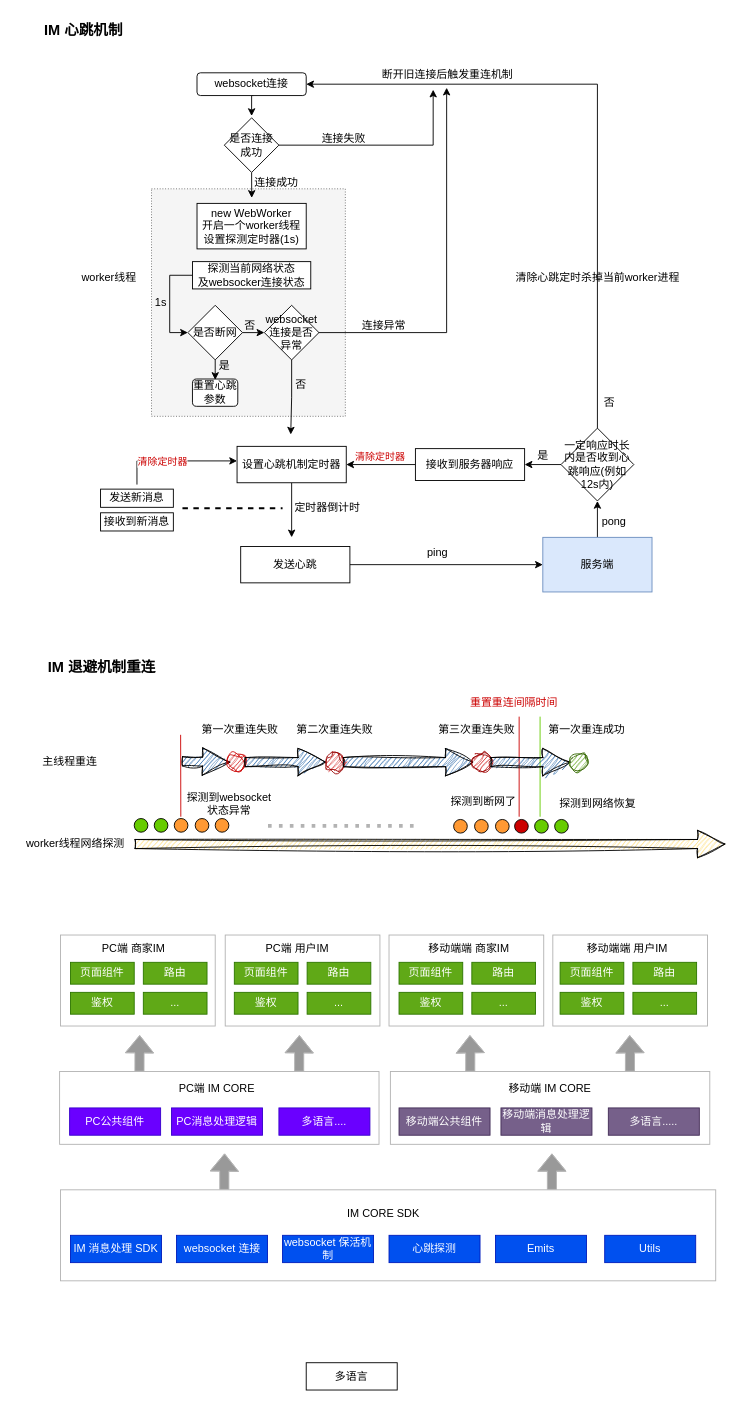
Earlier version of the draw.io diagram IM.drawio (simqifeng/somenote). Source tidied: cells renumbered, new cells numbered last; positions are measured from the earlier drawing's top-left corner, leaving out a move shared by most shapes. Both pictures are drawn from the tidied source at 91%, with x=0, y=0 at pixel (15, 15).
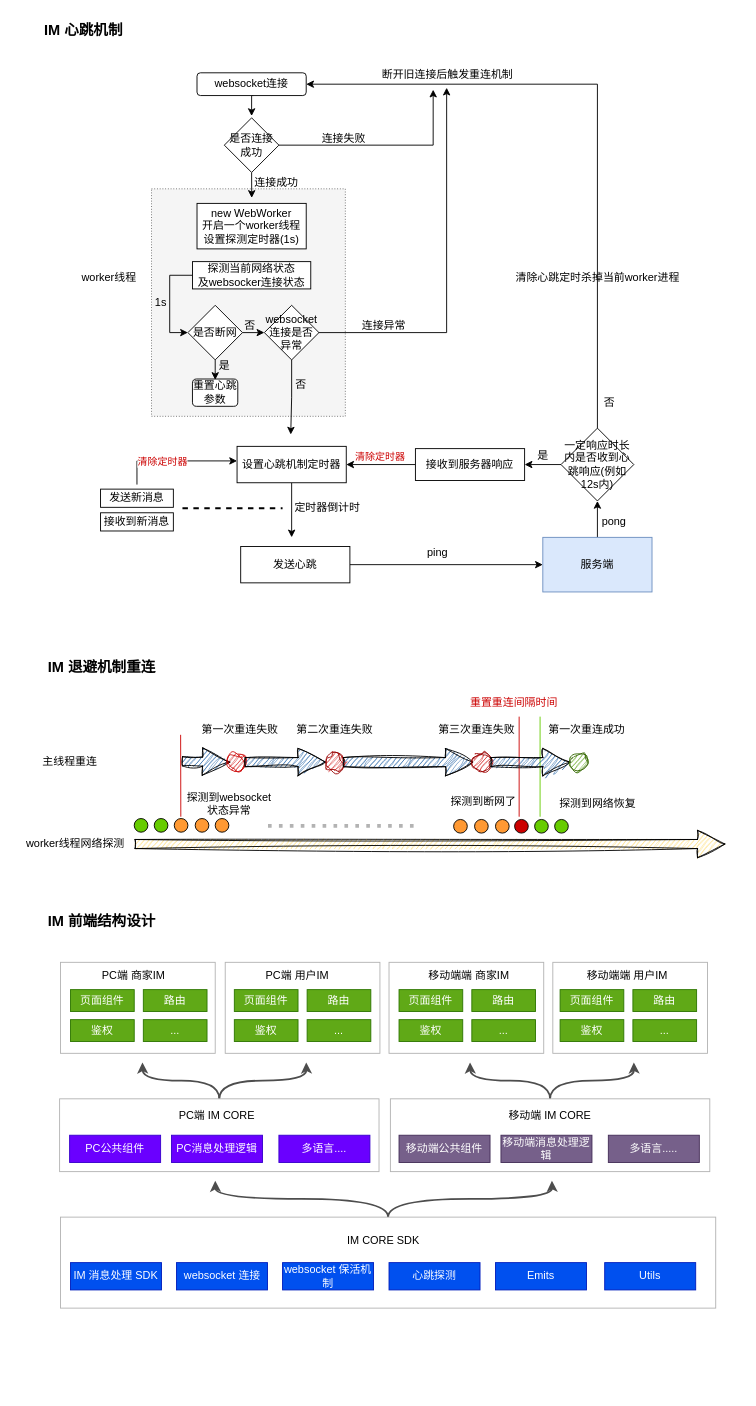
The same page after the edit.

Commit message:
更新IM前端结构设计.drawio

Diff of the diagram source:
```diff
@@
-    <mxCell id="2" style="edgeStyle=orthogonalEdgeStyle;rounded=0;jettySize=auto;html=1;exitX=0.25;exitY=0;exitDx=0;exitDy=0;shape=flexArrow;fillColor=#999999;strokeColor=#B3B3B3;width=10;" parent="1" edge="1" source="4">
-      <mxGeometry relative="1" as="geometry">
-        <mxPoint x="229.3" y="1250" as="targetPoint" />
-      </mxGeometry>
-    </mxCell>
-    <mxCell id="3" style="edgeStyle=orthogonalEdgeStyle;rounded=0;jettySize=auto;html=1;exitX=0.75;exitY=0;exitDx=0;exitDy=0;shape=flexArrow;fillColor=#999999;strokeColor=#B3B3B3;arcSize=20;fixDash=0;snapToPoint=0;" parent="1" edge="1" source="4">
-      <mxGeometry relative="1" as="geometry">
-        <mxPoint x="589" y="1250" as="targetPoint" />
-      </mxGeometry>
-    </mxCell>
+    <mxCell id="136" style="edgeStyle=orthogonalEdgeStyle;rounded=0;jettySize=auto;html=1;exitX=0.5;exitY=0;exitDx=0;exitDy=0;curved=1;strokeWidth=2;strokeColor=#4D4D4D;" parent="1" edge="1" source="4">
+      <mxGeometry relative="1" as="geometry">
+        <mxPoint x="219" y="1280" as="targetPoint" />
+      </mxGeometry>
+    </mxCell>
+    <mxCell id="137" style="edgeStyle=orthogonalEdgeStyle;rounded=0;jettySize=auto;html=1;exitX=0.5;exitY=0;exitDx=0;exitDy=0;curved=1;strokeWidth=2;strokeColor=#4D4D4D;" parent="1" edge="1" source="4">
+      <mxGeometry relative="1" as="geometry">
+        <mxPoint x="589" y="1280" as="targetPoint" />
+      </mxGeometry>
+    </mxCell>
     <mxCell id="4" style="rounded=0;whiteSpace=wrap;html=1;strokeColor=#B3B3B3;" parent="1" vertex="1">
-      <mxGeometry x="49" y="1290" width="720" height="100" as="geometry" />
+      <mxGeometry x="49" y="1320" width="720" height="100" as="geometry" />
     </mxCell>
-    <mxCell id="5" style="edgeStyle=orthogonalEdgeStyle;rounded=0;jettySize=auto;html=1;exitX=0.25;exitY=0;exitDx=0;exitDy=0;shape=flexArrow;fillColor=#999999;strokeColor=#B3B3B3;" parent="1" edge="1" source="7">
-      <mxGeometry relative="1" as="geometry">
-        <mxPoint x="498.9" y="1120" as="targetPoint" />
-      </mxGeometry>
-    </mxCell>
-    <mxCell id="6" style="edgeStyle=orthogonalEdgeStyle;rounded=0;jettySize=auto;html=1;exitX=0.75;exitY=0;exitDx=0;exitDy=0;shape=flexArrow;fillColor=#999999;strokeColor=#B3B3B3;" parent="1" edge="1" source="7">
-      <mxGeometry relative="1" as="geometry">
-        <mxPoint x="674.5" y="1120" as="targetPoint" />
-      </mxGeometry>
-    </mxCell>
+    <mxCell id="138" style="edgeStyle=orthogonalEdgeStyle;rounded=0;jettySize=auto;html=1;exitX=0.5;exitY=0;exitDx=0;exitDy=0;curved=1;strokeWidth=2;strokeColor=#4D4D4D;" parent="1" edge="1" source="7">
+      <mxGeometry relative="1" as="geometry">
+        <mxPoint x="499" y="1150" as="targetPoint" />
+      </mxGeometry>
+    </mxCell>
+    <mxCell id="139" style="edgeStyle=orthogonalEdgeStyle;rounded=0;jettySize=auto;html=1;exitX=0.5;exitY=0;exitDx=0;exitDy=0;curved=1;strokeWidth=2;strokeColor=#4D4D4D;" parent="1" edge="1" source="7">
+      <mxGeometry relative="1" as="geometry">
+        <mxPoint x="679" y="1150" as="targetPoint" />
+      </mxGeometry>
+    </mxCell>
     <mxCell id="7" style="rounded=0;whiteSpace=wrap;html=1;strokeColor=#B3B3B3;" parent="1" vertex="1">
-      <mxGeometry x="411.5" y="1160" width="351" height="80" as="geometry" />
+      <mxGeometry x="411.5" y="1190" width="351" height="80" as="geometry" />
     </mxCell>
-    <mxCell id="8" style="edgeStyle=orthogonalEdgeStyle;rounded=0;jettySize=auto;html=1;exitX=0.25;exitY=0;exitDx=0;exitDy=0;shape=flexArrow;fillColor=#999999;strokeColor=#B3B3B3;" parent="1" edge="1" source="10">
-      <mxGeometry relative="1" as="geometry">
-        <mxPoint x="136" y="1120" as="targetPoint" />
-      </mxGeometry>
-    </mxCell>
-    <mxCell id="9" style="edgeStyle=orthogonalEdgeStyle;rounded=0;jettySize=auto;html=1;exitX=0.75;exitY=0;exitDx=0;exitDy=0;shape=flexArrow;fillColor=#999999;strokeColor=#B3B3B3;" parent="1" edge="1" source="10">
-      <mxGeometry relative="1" as="geometry">
-        <mxPoint x="311.5" y="1120" as="targetPoint" />
-      </mxGeometry>
-    </mxCell>
+    <mxCell id="140" style="edgeStyle=orthogonalEdgeStyle;rounded=0;jettySize=auto;html=1;exitX=0.5;exitY=0;exitDx=0;exitDy=0;curved=1;strokeWidth=2;strokeColor=#4D4D4D;" parent="1" edge="1" source="10">
+      <mxGeometry relative="1" as="geometry">
+        <mxPoint x="139" y="1150" as="targetPoint" />
+      </mxGeometry>
+    </mxCell>
+    <mxCell id="141" style="edgeStyle=orthogonalEdgeStyle;rounded=0;jettySize=auto;html=1;exitX=0.5;exitY=0;exitDx=0;exitDy=0;curved=1;strokeWidth=2;strokeColor=#4D4D4D;" parent="1" edge="1" source="10">
+      <mxGeometry relative="1" as="geometry">
+        <mxPoint x="319" y="1150" as="targetPoint" />
+      </mxGeometry>
+    </mxCell>
     <mxCell id="10" style="rounded=0;whiteSpace=wrap;html=1;strokeColor=#B3B3B3;" parent="1" vertex="1">
-      <mxGeometry x="48" y="1160" width="351" height="80" as="geometry" />
+      <mxGeometry x="48" y="1190" width="351" height="80" as="geometry" />
     </mxCell>
     <mxCell id="11" style="rounded=0;whiteSpace=wrap;html=1;strokeColor=#B3B3B3;" parent="1" vertex="1">
-      <mxGeometry x="230" y="1010" width="170" height="100" as="geometry" />
+      <mxGeometry x="230" y="1040" width="170" height="100" as="geometry" />
     </mxCell>
     <mxCell id="12" style="rounded=0;whiteSpace=wrap;html=1;strokeColor=#B3B3B3;" parent="1" vertex="1">
-      <mxGeometry x="410" y="1010" width="170" height="100" as="geometry" />
+      <mxGeometry x="410" y="1040" width="170" height="100" as="geometry" />
     </mxCell>
     <mxCell id="13" style="rounded=0;whiteSpace=wrap;html=1;strokeColor=#B3B3B3;" parent="1" vertex="1">
-      <mxGeometry x="590" y="1010" width="170" height="100" as="geometry" />
+      <mxGeometry x="590" y="1040" width="170" height="100" as="geometry" />
     </mxCell>
     <mxCell id="14" style="rounded=0;whiteSpace=wrap;html=1;strokeColor=#B3B3B3;" parent="1" vertex="1">
-      <mxGeometry x="49" y="1010" width="170" height="100" as="geometry" />
+      <mxGeometry x="49" y="1040" width="170" height="100" as="geometry" />
     </mxCell>
@@
     <mxCell id="100" value="路由" style="rounded=0;whiteSpace=wrap;html=1;fillColor=#60a917;fontColor=#ffffff;strokeColor=#2D7600;" parent="1" vertex="1">
-      <mxGeometry x="140" y="1040" width="70" height="24" as="geometry" />
+      <mxGeometry x="140" y="1070" width="70" height="24" as="geometry" />
     </mxCell>
     <mxCell id="101" value="页面组件" style="rounded=0;whiteSpace=wrap;html=1;fillColor=#60a917;fontColor=#ffffff;strokeColor=#2D7600;" parent="1" vertex="1">
-      <mxGeometry x="60" y="1040" width="70" height="24" as="geometry" />
+      <mxGeometry x="60" y="1070" width="70" height="24" as="geometry" />
     </mxCell>
     <mxCell id="102" value="鉴权" style="rounded=0;whiteSpace=wrap;html=1;fillColor=#60a917;fontColor=#ffffff;strokeColor=#2D7600;" parent="1" vertex="1">
-      <mxGeometry x="60" y="1073" width="70" height="24" as="geometry" />
+      <mxGeometry x="60" y="1103" width="70" height="24" as="geometry" />
     </mxCell>
     <mxCell id="103" value="..." style="rounded=0;whiteSpace=wrap;html=1;fillColor=#60a917;fontColor=#ffffff;strokeColor=#2D7600;" parent="1" vertex="1">
-      <mxGeometry x="140" y="1073" width="70" height="24" as="geometry" />
+      <mxGeometry x="140" y="1103" width="70" height="24" as="geometry" />
     </mxCell>
     <mxCell id="104" value="路由" style="rounded=0;whiteSpace=wrap;html=1;fillColor=#60a917;fontColor=#ffffff;strokeColor=#2D7600;" parent="1" vertex="1">
-      <mxGeometry x="320" y="1040" width="70" height="24" as="geometry" />
+      <mxGeometry x="320" y="1070" width="70" height="24" as="geometry" />
     </mxCell>
     <mxCell id="105" value="页面组件" style="rounded=0;whiteSpace=wrap;html=1;fillColor=#60a917;fontColor=#ffffff;strokeColor=#2D7600;" parent="1" vertex="1">
-      <mxGeometry x="240" y="1040" width="70" height="24" as="geometry" />
+      <mxGeometry x="240" y="1070" width="70" height="24" as="geometry" />
     </mxCell>
     <mxCell id="106" value="鉴权" style="rounded=0;whiteSpace=wrap;html=1;fillColor=#60a917;fontColor=#ffffff;strokeColor=#2D7600;" parent="1" vertex="1">
-      <mxGeometry x="240" y="1073" width="70" height="24" as="geometry" />
+      <mxGeometry x="240" y="1103" width="70" height="24" as="geometry" />
     </mxCell>
     <mxCell id="107" value="..." style="rounded=0;whiteSpace=wrap;html=1;fillColor=#60a917;fontColor=#ffffff;strokeColor=#2D7600;" parent="1" vertex="1">
-      <mxGeometry x="320" y="1073" width="70" height="24" as="geometry" />
+      <mxGeometry x="320" y="1103" width="70" height="24" as="geometry" />
     </mxCell>
     <mxCell id="108" value="路由" style="rounded=0;whiteSpace=wrap;html=1;fillColor=#60a917;fontColor=#ffffff;strokeColor=#2D7600;" parent="1" vertex="1">
-      <mxGeometry x="501" y="1040" width="70" height="24" as="geometry" />
+      <mxGeometry x="501" y="1070" width="70" height="24" as="geometry" />
     </mxCell>
     <mxCell id="109" value="页面组件" style="rounded=0;whiteSpace=wrap;html=1;fillColor=#60a917;fontColor=#ffffff;strokeColor=#2D7600;" parent="1" vertex="1">
-      <mxGeometry x="421" y="1040" width="70" height="24" as="geometry" />
+      <mxGeometry x="421" y="1070" width="70" height="24" as="geometry" />
     </mxCell>
     <mxCell id="110" value="鉴权" style="rounded=0;whiteSpace=wrap;html=1;fillColor=#60a917;fontColor=#ffffff;strokeColor=#2D7600;" parent="1" vertex="1">
-      <mxGeometry x="421" y="1073" width="70" height="24" as="geometry" />
+      <mxGeometry x="421" y="1103" width="70" height="24" as="geometry" />
     </mxCell>
     <mxCell id="111" value="..." style="rounded=0;whiteSpace=wrap;html=1;fillColor=#60a917;fontColor=#ffffff;strokeColor=#2D7600;" parent="1" vertex="1">
-      <mxGeometry x="501" y="1073" width="70" height="24" as="geometry" />
+      <mxGeometry x="501" y="1103" width="70" height="24" as="geometry" />
     </mxCell>
     <mxCell id="112" value="路由" style="rounded=0;whiteSpace=wrap;html=1;fillColor=#60a917;fontColor=#ffffff;strokeColor=#2D7600;" parent="1" vertex="1">
-      <mxGeometry x="678" y="1040" width="70" height="24" as="geometry" />
+      <mxGeometry x="678" y="1070" width="70" height="24" as="geometry" />
     </mxCell>
     <mxCell id="113" value="页面组件" style="rounded=0;whiteSpace=wrap;html=1;fillColor=#60a917;fontColor=#ffffff;strokeColor=#2D7600;" parent="1" vertex="1">
-      <mxGeometry x="598" y="1040" width="70" height="24" as="geometry" />
+      <mxGeometry x="598" y="1070" width="70" height="24" as="geometry" />
     </mxCell>
     <mxCell id="114" value="鉴权" style="rounded=0;whiteSpace=wrap;html=1;fillColor=#60a917;fontColor=#ffffff;strokeColor=#2D7600;" parent="1" vertex="1">
-      <mxGeometry x="598" y="1073" width="70" height="24" as="geometry" />
+      <mxGeometry x="598" y="1103" width="70" height="24" as="geometry" />
     </mxCell>
     <mxCell id="115" value="..." style="rounded=0;whiteSpace=wrap;html=1;fillColor=#60a917;fontColor=#ffffff;strokeColor=#2D7600;" parent="1" vertex="1">
-      <mxGeometry x="678" y="1073" width="70" height="24" as="geometry" />
+      <mxGeometry x="678" y="1103" width="70" height="24" as="geometry" />
     </mxCell>
     <mxCell id="116" value="PC端&amp;nbsp;商家IM" style="text;html=1;strokeColor=none;fillColor=none;align=center;verticalAlign=middle;whiteSpace=wrap;rounded=0;" parent="1" vertex="1">
-      <mxGeometry x="90" y="1010" width="79" height="30" as="geometry" />
+      <mxGeometry x="90" y="1040" width="79" height="30" as="geometry" />
     </mxCell>
     <mxCell id="117" value="PC端 用户IM" style="text;html=1;strokeColor=none;fillColor=none;align=center;verticalAlign=middle;whiteSpace=wrap;rounded=0;" parent="1" vertex="1">
-      <mxGeometry x="269.5" y="1010" width="79" height="30" as="geometry" />
+      <mxGeometry x="269.5" y="1040" width="79" height="30" as="geometry" />
     </mxCell>
     <mxCell id="118" value="移动端端 商家IM" style="text;html=1;strokeColor=none;fillColor=none;align=center;verticalAlign=middle;whiteSpace=wrap;rounded=0;" parent="1" vertex="1">
-      <mxGeometry x="447" y="1010" width="102" height="30" as="geometry" />
+      <mxGeometry x="447" y="1040" width="102" height="30" as="geometry" />
     </mxCell>
     <mxCell id="119" value="移动端端 用户IM" style="text;html=1;strokeColor=none;fillColor=none;align=center;verticalAlign=middle;whiteSpace=wrap;rounded=0;" parent="1" vertex="1">
-      <mxGeometry x="621" y="1010" width="102" height="30" as="geometry" />
+      <mxGeometry x="621" y="1040" width="102" height="30" as="geometry" />
     </mxCell>
     <mxCell id="120" value="PC公共组件" style="rounded=0;whiteSpace=wrap;html=1;fillColor=#6a00ff;fontColor=#ffffff;strokeColor=#3700CC;" parent="1" vertex="1">
-      <mxGeometry x="59" y="1200" width="100" height="30" as="geometry" />
+      <mxGeometry x="59" y="1230" width="100" height="30" as="geometry" />
     </mxCell>
     <mxCell id="121" value="PC消息处理逻辑" style="rounded=0;whiteSpace=wrap;html=1;fillColor=#6a00ff;fontColor=#ffffff;strokeColor=#3700CC;" parent="1" vertex="1">
-      <mxGeometry x="171" y="1200" width="100" height="30" as="geometry" />
+      <mxGeometry x="171" y="1230" width="100" height="30" as="geometry" />
     </mxCell>
-    <mxCell id="122" value="多语言" style="rounded=0;whiteSpace=wrap;html=1;" parent="1" vertex="1">
-      <mxGeometry x="319" y="1480" width="100" height="30" as="geometry" />
-    </mxCell>
     <mxCell id="123" value="多语言...." style="rounded=0;whiteSpace=wrap;html=1;fillColor=#6a00ff;fontColor=#ffffff;strokeColor=#3700CC;" parent="1" vertex="1">
-      <mxGeometry x="289" y="1200" width="100" height="30" as="geometry" />
+      <mxGeometry x="289" y="1230" width="100" height="30" as="geometry" />
     </mxCell>
     <mxCell id="124" value="移动端公共组件" style="rounded=0;whiteSpace=wrap;html=1;fillColor=#76608a;fontColor=#ffffff;strokeColor=#432D57;" parent="1" vertex="1">
-      <mxGeometry x="421" y="1200" width="100" height="30" as="geometry" />
+      <mxGeometry x="421" y="1230" width="100" height="30" as="geometry" />
     </mxCell>
     <mxCell id="125" value="移动端消息处理逻辑" style="rounded=0;whiteSpace=wrap;html=1;fillColor=#76608a;fontColor=#ffffff;strokeColor=#432D57;" parent="1" vertex="1">
-      <mxGeometry x="533" y="1200" width="100" height="30" as="geometry" />
+      <mxGeometry x="533" y="1230" width="100" height="30" as="geometry" />
     </mxCell>
     <mxCell id="126" value="多语言....." style="rounded=0;whiteSpace=wrap;html=1;fillColor=#76608a;fontColor=#ffffff;strokeColor=#432D57;" parent="1" vertex="1">
-      <mxGeometry x="651" y="1200" width="100" height="30" as="geometry" />
+      <mxGeometry x="651" y="1230" width="100" height="30" as="geometry" />
     </mxCell>
     <mxCell id="127" value="PC端 IM CORE" style="text;html=1;strokeColor=none;fillColor=none;align=center;verticalAlign=middle;whiteSpace=wrap;rounded=0;" parent="1" vertex="1">
-      <mxGeometry x="161" y="1164" width="120" height="30" as="geometry" />
+      <mxGeometry x="161" y="1194" width="120" height="30" as="geometry" />
     </mxCell>
     <mxCell id="128" value="移动端 IM CORE" style="text;html=1;strokeColor=none;fillColor=none;align=center;verticalAlign=middle;whiteSpace=wrap;rounded=0;" parent="1" vertex="1">
-      <mxGeometry x="527" y="1164" width="120" height="30" as="geometry" />
+      <mxGeometry x="527" y="1194" width="120" height="30" as="geometry" />
     </mxCell>
     <mxCell id="129" value="IM 消息处理 SDK" style="rounded=0;whiteSpace=wrap;html=1;fillColor=#0050ef;fontColor=#ffffff;strokeColor=#001DBC;" parent="1" vertex="1">
-      <mxGeometry x="60" y="1340" width="100" height="30" as="geometry" />
+      <mxGeometry x="60" y="1370" width="100" height="30" as="geometry" />
     </mxCell>
     <mxCell id="130" value="websocket 连接" style="rounded=0;whiteSpace=wrap;html=1;fillColor=#0050ef;fontColor=#ffffff;strokeColor=#001DBC;" parent="1" vertex="1">
-      <mxGeometry x="176.5" y="1340" width="100" height="30" as="geometry" />
+      <mxGeometry x="176.5" y="1370" width="100" height="30" as="geometry" />
     </mxCell>
     <mxCell id="131" value="websocket 保活机制" style="rounded=0;whiteSpace=wrap;html=1;fillColor=#0050ef;fontColor=#ffffff;strokeColor=#001DBC;" parent="1" vertex="1">
-      <mxGeometry x="293" y="1340" width="100" height="30" as="geometry" />
+      <mxGeometry x="293" y="1370" width="100" height="30" as="geometry" />
     </mxCell>
     <mxCell id="132" value="心跳探测" style="rounded=0;whiteSpace=wrap;html=1;fillColor=#0050ef;fontColor=#ffffff;strokeColor=#001DBC;" parent="1" vertex="1">
-      <mxGeometry x="410" y="1340" width="100" height="30" as="geometry" />
+      <mxGeometry x="410" y="1370" width="100" height="30" as="geometry" />
     </mxCell>
     <mxCell id="133" value="Emits" style="rounded=0;whiteSpace=wrap;html=1;fillColor=#0050ef;fontColor=#ffffff;strokeColor=#001DBC;" parent="1" vertex="1">
-      <mxGeometry x="527" y="1340" width="100" height="30" as="geometry" />
+      <mxGeometry x="527" y="1370" width="100" height="30" as="geometry" />
     </mxCell>
     <mxCell id="134" value="Utils" style="rounded=0;whiteSpace=wrap;html=1;fillColor=#0050ef;fontColor=#ffffff;strokeColor=#001DBC;" parent="1" vertex="1">
-      <mxGeometry x="647" y="1340" width="100" height="30" as="geometry" />
+      <mxGeometry x="647" y="1370" width="100" height="30" as="geometry" />
     </mxCell>
     <mxCell id="135" value="IM CORE SDK" style="text;html=1;strokeColor=none;fillColor=none;align=center;verticalAlign=middle;whiteSpace=wrap;rounded=0;" parent="1" vertex="1">
-      <mxGeometry x="344" y="1301" width="120" height="30" as="geometry" />
+      <mxGeometry x="344" y="1331" width="120" height="30" as="geometry" />
     </mxCell>
+    <mxCell id="142" value="IM 前端结构设计" style="text;html=1;align=center;verticalAlign=middle;strokeColor=none;fillColor=none;fontSize=16;fontStyle=1;" parent="1" vertex="1">
+      <mxGeometry x="24" y="980" width="140" height="30" as="geometry" />
+    </mxCell>
```
